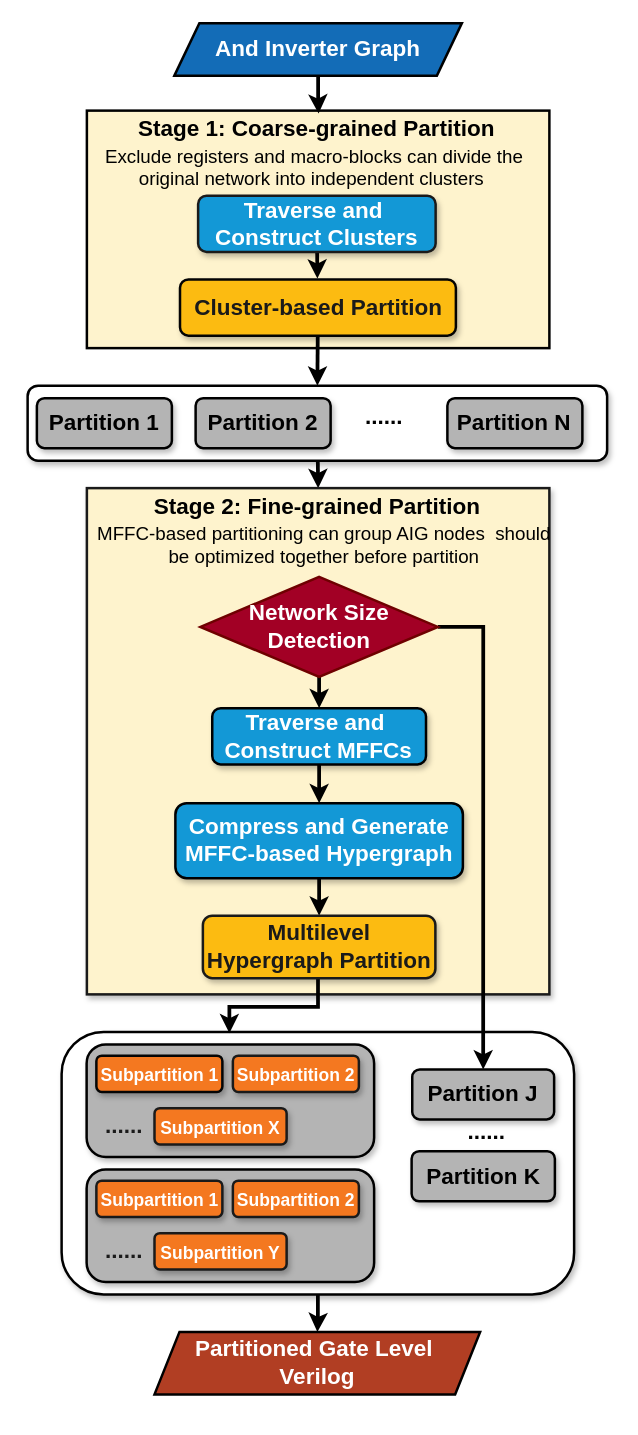
Above: PartitionFlow.drawio in kxzhu0505/LogicSynOpt (draw.io), before the change. Source tidied: cells renumbered, new cells numbered last; positions are measured from the earlier drawing's top-left corner, leaving out a move shared by most shapes. Both pictures are drawn from the tidied source at 125%, with x=0, y=0 at pixel (28, 22).
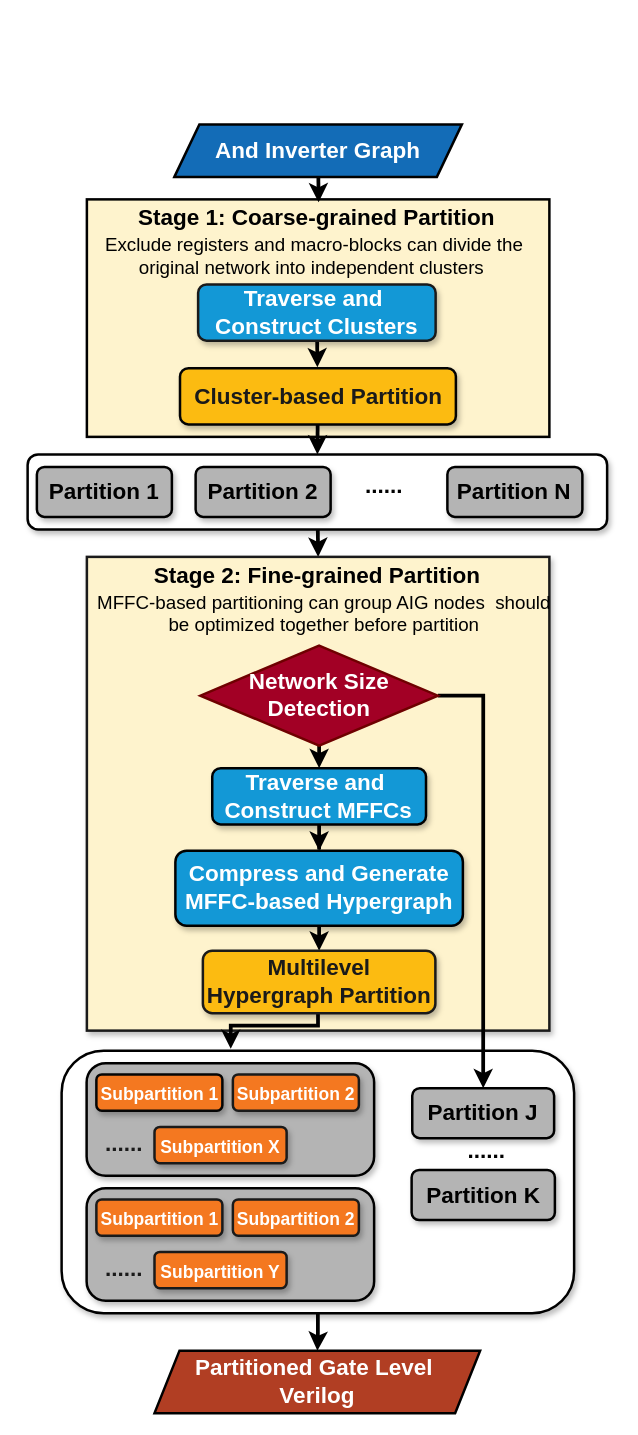
After the change.

Change to the diagram source:
```diff
@@
     <mxCell id="2" style="edgeStyle=orthogonalEdgeStyle;rounded=0;jettySize=auto;html=1;strokeWidth=3;" parent="1" edge="1" source="3">
       <mxGeometry relative="1" as="geometry">
-        <mxPoint x="231.4" y="1047" as="targetPoint" />
+        <mxPoint x="231.4" y="1062" as="targetPoint" />
       </mxGeometry>
     </mxCell>
     <mxCell id="3" style="rounded=1;whiteSpace=wrap;html=1;shadow=1;strokeWidth=2;fontSize=18;arcSize=16;" parent="1" vertex="1">
-      <mxGeometry x="26.8" y="807" width="410" height="210" as="geometry" />
+      <mxGeometry x="26.8" y="822" width="410" height="210" as="geometry" />
     </mxCell>
@@
     <mxCell id="6" style="rounded=1;whiteSpace=wrap;html=1;shadow=1;strokeWidth=2;fontSize=18;arcSize=14;" parent="1" vertex="1">
-      <mxGeometry x="-0.4" y="290" width="463.6" height="60" as="geometry" />
+      <mxGeometry x="-0.4" y="345" width="463.6" height="60" as="geometry" />
     </mxCell>
     <mxCell id="7" value="&lt;font face=&quot;Helvetica&quot; style=&quot;font-size: 18px;&quot;&gt;Partition 1&lt;/font&gt;" style="rounded=1;whiteSpace=wrap;html=1;fontStyle=1;fontSize=18;strokeWidth=2;shadow=1;fillColor=#B4B4B4;" parent="1" vertex="1">
-      <mxGeometry x="7" y="300" width="108" height="40" as="geometry" />
+      <mxGeometry x="7" y="355" width="108" height="40" as="geometry" />
     </mxCell>
     <mxCell id="8" value="&lt;font face=&quot;Helvetica&quot; style=&quot;font-size: 18px;&quot;&gt;......&lt;/font&gt;" style="text;html=1;strokeColor=none;fillColor=none;align=center;verticalAlign=middle;whiteSpace=wrap;rounded=0;fontStyle=1;fontSize=18;strokeWidth=3;" parent="1" vertex="1">
-      <mxGeometry x="255" y="300" width="60" height="30" as="geometry" />
+      <mxGeometry x="255" y="355" width="60" height="30" as="geometry" />
     </mxCell>
     <mxCell id="9" value="&lt;font face=&quot;Helvetica&quot; style=&quot;font-size: 18px;&quot;&gt;Partition N&lt;/font&gt;" style="rounded=1;whiteSpace=wrap;html=1;fontStyle=1;fontSize=18;strokeWidth=2;shadow=1;fillColor=#B4B4B4;" parent="1" vertex="1">
-      <mxGeometry x="335.4" y="300" width="108" height="40" as="geometry" />
+      <mxGeometry x="335.4" y="355" width="108" height="40" as="geometry" />
     </mxCell>
     <mxCell id="10" value="&lt;font face=&quot;Helvetica&quot; style=&quot;font-size: 18px;&quot;&gt;Partition 2&lt;/font&gt;" style="rounded=1;whiteSpace=wrap;html=1;fontStyle=1;fontSize=18;strokeWidth=2;shadow=1;fillColor=#B4B4B4;" parent="1" vertex="1">
-      <mxGeometry x="134" y="300" width="108" height="40" as="geometry" />
+      <mxGeometry x="134" y="355" width="108" height="40" as="geometry" />
     </mxCell>
     <mxCell id="11" style="rounded=1;whiteSpace=wrap;html=1;shadow=1;strokeWidth=2;fontSize=18;arcSize=17;fillColor=#B4B4B4;" parent="1" vertex="1">
-      <mxGeometry x="46.8" y="817" width="230" height="90" as="geometry" />
+      <mxGeometry x="46.8" y="832" width="230" height="90" as="geometry" />
     </mxCell>
     <mxCell id="12" value="&lt;font face=&quot;Helvetica&quot; style=&quot;font-size: 14px;&quot;&gt;Subpartition 1&lt;/font&gt;" style="rounded=1;whiteSpace=wrap;html=1;fontStyle=1;fontSize=18;strokeWidth=2;shadow=1;fillColor=#F47820;strokeColor=#050505;fontColor=#ffffff;" parent="1" vertex="1">
-      <mxGeometry x="54.6" y="826" width="100.8" height="29" as="geometry" />
+      <mxGeometry x="54.6" y="841" width="100.8" height="29" as="geometry" />
     </mxCell>
     <mxCell id="13" value="&lt;font face=&quot;Helvetica&quot; style=&quot;font-size: 18px;&quot;&gt;Partition J&lt;/font&gt;" style="rounded=1;whiteSpace=wrap;html=1;fontStyle=1;fontSize=18;strokeWidth=2;shadow=1;fillColor=#B4B4B4;" parent="1" vertex="1">
-      <mxGeometry x="307.3" y="837" width="113.5" height="40" as="geometry" />
+      <mxGeometry x="307.3" y="852" width="113.5" height="40" as="geometry" />
     </mxCell>
     <mxCell id="14" value="&lt;font face=&quot;Helvetica&quot; style=&quot;font-size: 18px;&quot;&gt;Partition K&lt;/font&gt;" style="rounded=1;whiteSpace=wrap;html=1;fontStyle=1;fontSize=18;strokeWidth=2;shadow=1;fillColor=#B4B4B4;" parent="1" vertex="1">
-      <mxGeometry x="306.8" y="902.5" width="114.6" height="40" as="geometry" />
+      <mxGeometry x="306.8" y="917.5" width="114.6" height="40" as="geometry" />
     </mxCell>
     <mxCell id="15" value="&lt;font color=&quot;#1a1a1a&quot; face=&quot;Helvetica&quot; style=&quot;font-size: 18px;&quot;&gt;......&lt;/font&gt;" style="text;html=1;strokeColor=none;fillColor=none;align=center;verticalAlign=middle;whiteSpace=wrap;rounded=0;fontStyle=1;fontSize=18;strokeWidth=3;" parent="1" vertex="1">
-      <mxGeometry x="46.8" y="867" width="60" height="30" as="geometry" />
+      <mxGeometry x="46.8" y="882" width="60" height="30" as="geometry" />
     </mxCell>
     <mxCell id="16" style="rounded=0;whiteSpace=wrap;html=1;strokeWidth=2;shadow=1;fillColor=#fef3cd;strokeColor=#1A1A1A;" parent="1" vertex="1">
-      <mxGeometry x="47" y="372" width="370" height="405" as="geometry" />
+      <mxGeometry x="47" y="427" width="370" height="379" as="geometry" />
     </mxCell>
     <mxCell id="17" value="&lt;b style=&quot;font-size: 18px;&quot;&gt;Stage 2:&amp;nbsp;&lt;/b&gt;&lt;span style=&quot;font-size: 18px;&quot;&gt;&lt;b&gt;Fine-grained Partition&lt;/b&gt;&lt;/span&gt;" style="text;html=1;align=center;verticalAlign=middle;whiteSpace=wrap;rounded=0;" parent="1" vertex="1">
-      <mxGeometry x="94.3" y="372" width="275" height="30" as="geometry" />
+      <mxGeometry x="94.3" y="427" width="275" height="30" as="geometry" />
     </mxCell>
@@
     <mxCell id="19" value="&lt;b style=&quot;&quot;&gt;&lt;font style=&quot;font-size: 18px;&quot;&gt;Traverse and&amp;nbsp; Construct MFFCs&lt;/font&gt;&lt;/b&gt;" style="rounded=1;whiteSpace=wrap;html=1;fillColor=#1398d6;strokeColor=#000000;strokeWidth=2;shadow=1;fontColor=#ffffff;" parent="1" vertex="1">
-      <mxGeometry x="147.3" y="548" width="171" height="45" as="geometry" />
+      <mxGeometry x="147.3" y="596" width="171" height="45" as="geometry" />
     </mxCell>
-    <mxCell id="20" style="edgeStyle=orthogonalEdgeStyle;rounded=0;jettySize=auto;html=1;entryX=0.5;entryY=0;entryDx=0;entryDy=0;strokeWidth=3;" parent="1" edge="1" source="21" target="23">
-      <mxGeometry relative="1" as="geometry" />
+    <mxCell id="20" style="edgeStyle=orthogonalEdgeStyle;rounded=0;jettySize=auto;html=1;entryX=0.5;entryY=0;entryDx=0;entryDy=0;strokeWidth=3;" parent="1" edge="1" target="23">
+      <mxGeometry relative="1" as="geometry">
+        <mxPoint x="232.8" y="712" as="sourcePoint" />
+      </mxGeometry>
     </mxCell>
     <mxCell id="21" value="&lt;b style=&quot;&quot;&gt;&lt;font style=&quot;font-size: 18px;&quot;&gt;Compress and Generate MFFC-based Hypergraph&lt;/font&gt;&lt;/b&gt;" style="rounded=1;whiteSpace=wrap;html=1;fillColor=#1398d6;strokeColor=#000000;strokeWidth=2;shadow=1;fontColor=#ffffff;" parent="1" vertex="1">
-      <mxGeometry x="117.8" y="624" width="230" height="60" as="geometry" />
+      <mxGeometry x="117.8" y="662" width="230" height="60" as="geometry" />
     </mxCell>
-    <mxCell id="22" style="edgeStyle=orthogonalEdgeStyle;rounded=0;orthogonalLoop=1;jettySize=auto;html=1;strokeWidth=3;" parent="1" edge="1">
+    <mxCell id="22" style="edgeStyle=orthogonalEdgeStyle;rounded=0;jettySize=auto;html=1;strokeWidth=3;entryX=0.33;entryY=-0.007;entryDx=0;entryDy=0;entryPerimeter=0;" parent="1" edge="1" target="3">
       <mxGeometry relative="1" as="geometry">
-        <mxPoint x="231.9" y="763" as="sourcePoint" />
-        <mxPoint x="161" y="808" as="targetPoint" />
+        <mxPoint x="231.9" y="791" as="sourcePoint" />
         <Array as="points">
-          <mxPoint x="232" y="787" />
-          <mxPoint x="161" y="787" />
+          <mxPoint x="232" y="802" />
+          <mxPoint x="162" y="802" />
         </Array>
       </mxGeometry>
     </mxCell>
     <mxCell id="23" value="&lt;b style=&quot;&quot;&gt;&lt;font color=&quot;#1a1a1a&quot; style=&quot;font-size: 18px;&quot;&gt;Multilevel Hypergraph Partition&lt;/font&gt;&lt;/b&gt;" style="rounded=1;whiteSpace=wrap;html=1;fillColor=#fcbb11;strokeColor=#1A1A1A;strokeWidth=2;shadow=1;fontColor=#ffffff;" parent="1" vertex="1">
-      <mxGeometry x="139.8" y="714" width="186" height="50" as="geometry" />
+      <mxGeometry x="139.8" y="742" width="186" height="50" as="geometry" />
     </mxCell>
     <mxCell id="24" style="rounded=0;whiteSpace=wrap;html=1;strokeWidth=2;fillColor=#FEF3CD;strokeColor=#000000;" parent="1" vertex="1">
-      <mxGeometry x="47" y="70" width="370" height="190" as="geometry" />
+      <mxGeometry x="47" y="141" width="370" height="190" as="geometry" />
     </mxCell>
     <mxCell id="25" value="&lt;span style=&quot;font-size: 18px; font-weight: 700;&quot;&gt;&lt;font color=&quot;#ffffff&quot;&gt;And Inverter Graph&lt;/font&gt;&lt;/span&gt;" style="shape=parallelogram;perimeter=parallelogramPerimeter;whiteSpace=wrap;html=1;fixedSize=1;fillColor=#136cb7;strokeColor=#000000;strokeWidth=2;" parent="1" vertex="1">
-      <mxGeometry x="117" width="230" height="42" as="geometry" />
+      <mxGeometry x="117" y="81" width="230" height="42" as="geometry" />
     </mxCell>
     <mxCell id="26" value="&lt;span style=&quot;font-size: 18px; font-weight: 700;&quot;&gt;Partitioned Gate Level&amp;nbsp;&lt;/span&gt;&lt;div&gt;&lt;span style=&quot;font-size: 18px; font-weight: 700;&quot;&gt;Verilog&lt;/span&gt;&lt;/div&gt;" style="shape=parallelogram;perimeter=parallelogramPerimeter;whiteSpace=wrap;html=1;fixedSize=1;fillColor=#b13e23;strokeColor=#000000;strokeWidth=2;fontColor=#ffffff;" parent="1" vertex="1">
-      <mxGeometry x="101.1" y="1047" width="260.5" height="50" as="geometry" />
+      <mxGeometry x="101.1" y="1062" width="260.5" height="50" as="geometry" />
     </mxCell>
     <mxCell id="27" value="&lt;br&gt;&lt;b style=&quot;forced-color-adjust: none; color: rgb(0, 0, 0); font-family: Helvetica; font-style: normal; font-variant-ligatures: normal; font-variant-caps: normal; letter-spacing: normal; orphans: 2; text-align: center; text-indent: 0px; text-transform: none; widows: 2; word-spacing: 0px; -webkit-text-stroke-width: 0px; white-space: normal; text-decoration-thickness: initial; text-decoration-style: initial; text-decoration-color: initial; font-size: 18px;&quot;&gt;Stage 1: Coarse-grained Partition&lt;/b&gt;&lt;div&gt;&lt;br/&gt;&lt;/div&gt;" style="text;html=1;align=center;verticalAlign=middle;whiteSpace=wrap;rounded=0;fillColor=none;" parent="1" vertex="1">
-      <mxGeometry x="66.4" y="70" width="330" height="30" as="geometry" />
+      <mxGeometry x="66.4" y="141" width="330" height="30" as="geometry" />
     </mxCell>
@@
     <mxCell id="29" value="&lt;b style=&quot;&quot;&gt;&lt;font style=&quot;font-size: 18px;&quot;&gt;Traverse and&amp;nbsp; Construct Clusters&lt;/font&gt;&lt;/b&gt;" style="rounded=1;whiteSpace=wrap;html=1;fillColor=#1398d6;strokeColor=#1A1A1A;strokeWidth=2;shadow=1;fontColor=#ffffff;" parent="1" vertex="1">
-      <mxGeometry x="136" y="138" width="190" height="45" as="geometry" />
+      <mxGeometry x="136" y="209" width="190" height="45" as="geometry" />
     </mxCell>
@@
     <mxCell id="31" value="&lt;font color=&quot;#1a1a1a&quot;&gt;&lt;b&gt;&lt;font style=&quot;font-size: 18px;&quot;&gt;Cluster-based&amp;nbsp;&lt;/font&gt;&lt;/b&gt;&lt;b style=&quot;&quot;&gt;&lt;font style=&quot;font-size: 18px;&quot;&gt;Partition&lt;/font&gt;&lt;/b&gt;&lt;/font&gt;" style="rounded=1;whiteSpace=wrap;html=1;fillColor=#fcbb11;strokeColor=#030303;strokeWidth=2;shadow=1;fontColor=#ffffff;" parent="1" vertex="1">
-      <mxGeometry x="121.5" y="205" width="220.7" height="45" as="geometry" />
+      <mxGeometry x="121.5" y="276" width="220.7" height="45" as="geometry" />
     </mxCell>
-    <mxCell id="32" style="edgeStyle=orthogonalEdgeStyle;rounded=0;jettySize=auto;html=1;entryX=0.501;entryY=0.012;entryDx=0;entryDy=0;entryPerimeter=0;strokeWidth=3;" parent="1" edge="1" source="25" target="24">
+    <mxCell id="32" style="rounded=0;jettySize=auto;html=1;entryX=0.501;entryY=0.012;entryDx=0;entryDy=0;entryPerimeter=0;strokeWidth=3;" parent="1" edge="1" source="25" target="24">
       <mxGeometry relative="1" as="geometry" />
     </mxCell>
-    <mxCell id="33" style="edgeStyle=orthogonalEdgeStyle;rounded=0;jettySize=auto;html=1;entryX=0.5;entryY=0;entryDx=0;entryDy=0;strokeWidth=3;" parent="1" edge="1" source="35" target="19">
-      <mxGeometry relative="1" as="geometry" />
+    <mxCell id="33" style="edgeStyle=orthogonalEdgeStyle;rounded=0;jettySize=auto;html=1;entryX=0.5;entryY=0;entryDx=0;entryDy=0;strokeWidth=3;" parent="1" edge="1" target="19">
+      <mxGeometry relative="1" as="geometry">
+        <mxPoint x="232.8" y="571" as="sourcePoint" />
+      </mxGeometry>
     </mxCell>
     <mxCell id="34" style="edgeStyle=orthogonalEdgeStyle;rounded=0;jettySize=auto;html=1;strokeWidth=3;entryX=0.5;entryY=0;entryDx=0;entryDy=0;" parent="1" edge="1" source="35" target="13">
       <mxGeometry relative="1" as="geometry">
         <Array as="points">
-          <mxPoint x="364" y="483" />
+          <mxPoint x="364" y="538" />
         </Array>
       </mxGeometry>
     </mxCell>
     <mxCell id="35" value="&lt;font style=&quot;font-size: 18px;&quot;&gt;&lt;b&gt;Network Size&lt;/b&gt;&lt;/font&gt;&lt;div style=&quot;font-size: 18px;&quot;&gt;&lt;font style=&quot;font-size: 18px;&quot;&gt;&lt;b&gt;Detection&lt;/b&gt;&lt;/font&gt;&lt;/div&gt;" style="rhombus;whiteSpace=wrap;html=1;fillColor=#a20025;strokeColor=#6F0000;strokeWidth=2;fontColor=#ffffff;" parent="1" vertex="1">
-      <mxGeometry x="137.8" y="443" width="190" height="80" as="geometry" />
+      <mxGeometry x="137.8" y="498" width="190" height="80" as="geometry" />
     </mxCell>
     <mxCell id="36" value="&lt;font face=&quot;Helvetica&quot; style=&quot;font-size: 14px;&quot;&gt;Subpartition 2&lt;/font&gt;" style="rounded=1;whiteSpace=wrap;html=1;fillColor=#F47820;strokeColor=#1A1A1A;fontStyle=1;fontSize=18;strokeWidth=2;shadow=1;fontColor=#ffffff;" parent="1" vertex="1">
-      <mxGeometry x="163.8" y="826" width="100.8" height="29" as="geometry" />
+      <mxGeometry x="163.8" y="841" width="100.8" height="29" as="geometry" />
     </mxCell>
     <mxCell id="37" value="&lt;font face=&quot;Helvetica&quot; style=&quot;font-size: 14px;&quot;&gt;Subpartition X&lt;/font&gt;" style="rounded=1;whiteSpace=wrap;html=1;fillColor=#F47820;strokeColor=#1A1A1A;fontStyle=1;fontSize=18;strokeWidth=2;shadow=1;fontColor=#ffffff;" parent="1" vertex="1">
-      <mxGeometry x="101.1" y="868" width="105.7" height="29" as="geometry" />
+      <mxGeometry x="101.1" y="883" width="105.7" height="29" as="geometry" />
     </mxCell>
     <mxCell id="38" style="rounded=1;whiteSpace=wrap;html=1;shadow=1;strokeWidth=2;fontSize=18;arcSize=17;fillColor=#B4B4B4;" parent="1" vertex="1">
-      <mxGeometry x="46.8" y="917" width="230" height="90" as="geometry" />
+      <mxGeometry x="46.8" y="932" width="230" height="90" as="geometry" />
     </mxCell>
     <mxCell id="39" value="&lt;font face=&quot;Helvetica&quot; style=&quot;font-size: 14px;&quot;&gt;Subpartition 1&lt;/font&gt;" style="rounded=1;whiteSpace=wrap;html=1;fillColor=#F47820;strokeColor=#1A1A1A;fontStyle=1;fontSize=18;strokeWidth=2;shadow=1;fontColor=#ffffff;" parent="1" vertex="1">
-      <mxGeometry x="54.6" y="926" width="100.8" height="29" as="geometry" />
+      <mxGeometry x="54.6" y="941" width="100.8" height="29" as="geometry" />
     </mxCell>
     <mxCell id="40" value="&lt;font color=&quot;#1a1a1a&quot; face=&quot;Helvetica&quot; style=&quot;font-size: 18px;&quot;&gt;......&lt;/font&gt;" style="text;html=1;strokeColor=none;fillColor=none;align=center;verticalAlign=middle;whiteSpace=wrap;rounded=0;fontStyle=1;fontSize=18;strokeWidth=3;" parent="1" vertex="1">
-      <mxGeometry x="46.8" y="967" width="60" height="30" as="geometry" />
+      <mxGeometry x="46.8" y="982" width="60" height="30" as="geometry" />
     </mxCell>
     <mxCell id="41" value="&lt;font face=&quot;Helvetica&quot; style=&quot;font-size: 14px;&quot;&gt;Subpartition 2&lt;/font&gt;" style="rounded=1;whiteSpace=wrap;html=1;fillColor=#F47820;strokeColor=#1A1A1A;fontStyle=1;fontSize=18;strokeWidth=2;shadow=1;fontColor=#ffffff;" parent="1" vertex="1">
-      <mxGeometry x="163.8" y="926" width="100.8" height="29" as="geometry" />
+      <mxGeometry x="163.8" y="941" width="100.8" height="29" as="geometry" />
     </mxCell>
     <mxCell id="42" value="&lt;font face=&quot;Helvetica&quot; style=&quot;font-size: 14px;&quot;&gt;Subpartition Y&lt;/font&gt;" style="rounded=1;whiteSpace=wrap;html=1;fillColor=#F47820;strokeColor=#1A1A1A;fontStyle=1;fontSize=18;strokeWidth=2;shadow=1;fontColor=#ffffff;" parent="1" vertex="1">
-      <mxGeometry x="101.1" y="968" width="105.7" height="29" as="geometry" />
+      <mxGeometry x="101.1" y="983" width="105.7" height="29" as="geometry" />
     </mxCell>
     <mxCell id="43" value="&lt;font face=&quot;Helvetica&quot; style=&quot;font-size: 18px;&quot;&gt;......&lt;/font&gt;" style="text;html=1;strokeColor=none;fillColor=none;align=center;verticalAlign=middle;whiteSpace=wrap;rounded=0;fontStyle=1;fontSize=18;strokeWidth=3;" parent="1" vertex="1">
-      <mxGeometry x="337.2" y="871.5" width="60" height="30" as="geometry" />
+      <mxGeometry x="337.2" y="886.5" width="60" height="30" as="geometry" />
     </mxCell>
     <mxCell id="44" value="&lt;font style=&quot;font-size: 15px;&quot;&gt;&amp;nbsp;Exclude registers and macro-blocks can divide the original network into independent clusters&lt;/font&gt;" style="text;html=1;align=center;verticalAlign=middle;whiteSpace=wrap;rounded=0;" parent="1" vertex="1">
-      <mxGeometry x="37" y="100" width="380" height="30" as="geometry" />
+      <mxGeometry x="37" y="171" width="380" height="30" as="geometry" />
     </mxCell>
     <mxCell id="45" value="&lt;font style=&quot;font-size: 15px;&quot;&gt;MFFC-based partitioning can group AIG nodes&amp;nbsp; should be optimized together before partition&lt;/font&gt;" style="text;html=1;align=center;verticalAlign=middle;whiteSpace=wrap;rounded=0;" parent="1" vertex="1">
-      <mxGeometry x="46.8" y="402" width="380" height="30" as="geometry" />
+      <mxGeometry x="46.8" y="457" width="380" height="30" as="geometry" />
     </mxCell>
```
